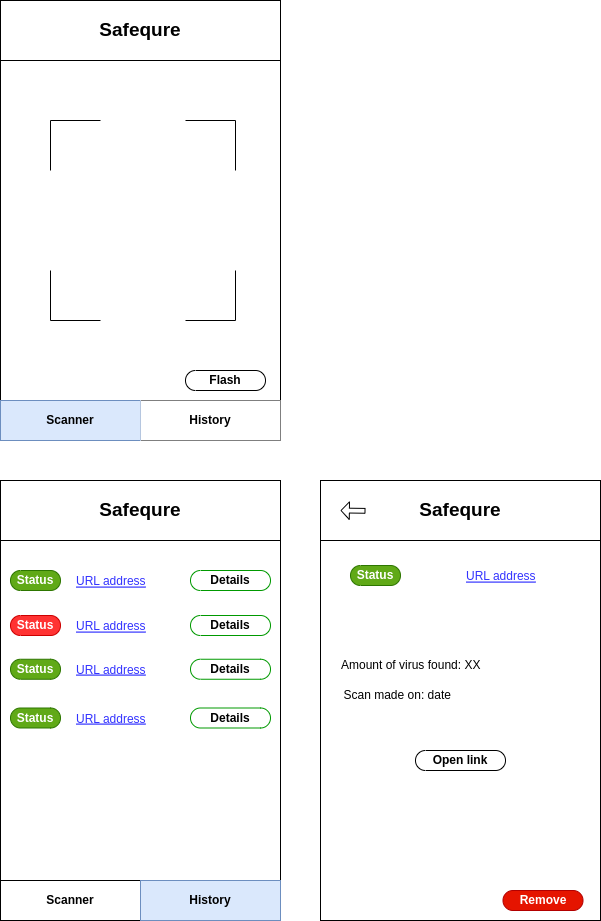
Above: resources/safequre.drawio.png in GuibertLo/SafeQure (draw.io), before the change. Source tidied: cells renumbered, new cells last; positions are measured from the earlier drawing's top-left corner, leaving out a move shared by most shapes.
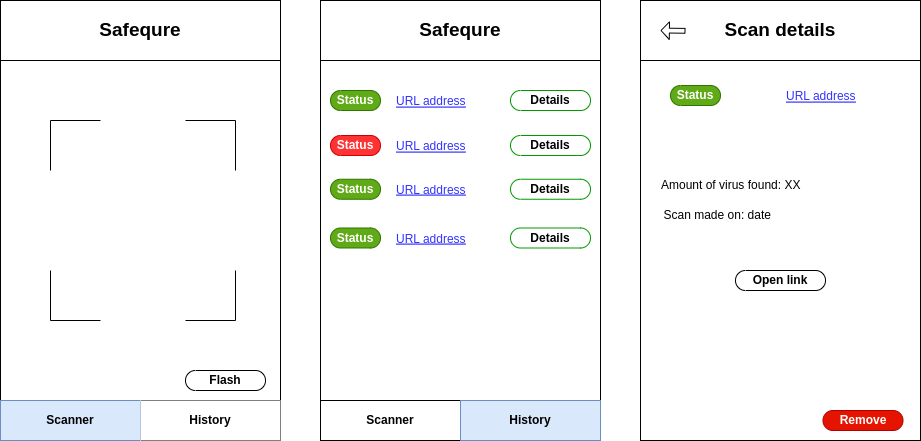
After the change.

Change to the diagram source:
```diff
@@ -3,37 +3,37 @@
     <mxCell id="0" />
     <mxCell id="1" parent="0" />
     <mxCell id="2" style="rounded=0;whiteSpace=wrap;html=1;" parent="1" vertex="1">
-      <mxGeometry width="280" height="440" as="geometry" />
+      <mxGeometry x="-320" y="480" width="280" height="440" as="geometry" />
     </mxCell>
     <mxCell id="3" style="rounded=0;whiteSpace=wrap;html=1;" parent="1" vertex="1">
-      <mxGeometry y="400" width="280" height="40" as="geometry" />
+      <mxGeometry x="-320" y="880" width="280" height="40" as="geometry" />
     </mxCell>
     <mxCell id="4" value="Scanner" style="rounded=0;whiteSpace=wrap;html=1;fillColor=#dae8fc;strokeColor=#6c8ebf;fontStyle=1;" parent="1" vertex="1">
-      <mxGeometry y="400" width="140" height="40" as="geometry" />
+      <mxGeometry x="-320" y="880" width="140" height="40" as="geometry" />
     </mxCell>
     <mxCell id="5" style="endArrow=none;html=1;rounded=0;" parent="1" edge="1">
       <mxGeometry relative="1" as="geometry">
-        <mxPoint x="50" y="170" as="sourcePoint" />
-        <mxPoint x="100" y="120" as="targetPoint" />
+        <mxPoint x="-270" y="650" as="sourcePoint" />
+        <mxPoint x="-220" y="600" as="targetPoint" />
         <Array as="points">
-          <mxPoint x="50" y="120" />
+          <mxPoint x="-270" y="600" />
         </Array>
       </mxGeometry>
     </mxCell>
     <mxCell id="6" style="endArrow=none;html=1;rounded=0;" parent="1" edge="1">
       <mxGeometry relative="1" as="geometry">
-        <mxPoint x="185" y="320" as="sourcePoint" />
-        <mxPoint x="235" y="270" as="targetPoint" />
+        <mxPoint x="-135" y="800" as="sourcePoint" />
+        <mxPoint x="-85" y="750" as="targetPoint" />
         <Array as="points">
-          <mxPoint x="235" y="320" />
+          <mxPoint x="-85" y="800" />
         </Array>
       </mxGeometry>
     </mxCell>
     <mxCell id="7" value="History" style="rounded=0;whiteSpace=wrap;html=1;fontStyle=1;strokeColor=none;" parent="1" vertex="1">
-      <mxGeometry x="140" y="400" width="140" height="40" as="geometry" />
+      <mxGeometry x="-180" y="880" width="140" height="40" as="geometry" />
     </mxCell>
     <mxCell id="8" value="Safequre" style="rounded=0;whiteSpace=wrap;html=1;strokeColor=default;fillColor=default;fontSize=19;fontStyle=1;" parent="1" vertex="1">
-      <mxGeometry width="280" height="60" as="geometry" />
+      <mxGeometry x="-320" y="480" width="280" height="60" as="geometry" />
     </mxCell>
     <mxCell id="9" style="rounded=0;whiteSpace=wrap;html=1;" parent="1" vertex="1">
       <mxGeometry y="480" width="280" height="440" as="geometry" />
@@ -62,7 +62,7 @@
     <mxCell id="17" style="rounded=0;whiteSpace=wrap;html=1;" parent="1" vertex="1">
       <mxGeometry x="320" y="480" width="280" height="440" as="geometry" />
     </mxCell>
-    <mxCell id="18" value="Safequre" style="rounded=0;whiteSpace=wrap;html=1;strokeColor=default;fillColor=default;fontSize=19;fontStyle=1;" parent="1" vertex="1">
+    <mxCell id="18" value="Scan details" style="rounded=0;whiteSpace=wrap;html=1;strokeColor=default;fillColor=default;fontSize=19;fontStyle=1;" parent="1" vertex="1">
       <mxGeometry x="320" y="480" width="280" height="60" as="geometry" />
     </mxCell>
     <mxCell id="19" value="URL address" style="text;strokeColor=none;fillColor=none;align=left;verticalAlign=middle;spacingLeft=4;spacingRight=4;overflow=hidden;fontSize=12;fontColor=#3333FF;fontStyle=4;" parent="1" vertex="1">
@@ -79,19 +79,19 @@
     </mxCell>
     <mxCell id="22" style="endArrow=none;html=1;rounded=0;" parent="1" edge="1">
       <mxGeometry relative="1" as="geometry">
-        <mxPoint x="235" y="170" as="sourcePoint" />
-        <mxPoint x="185" y="120" as="targetPoint" />
+        <mxPoint x="-85" y="650" as="sourcePoint" />
+        <mxPoint x="-135" y="600" as="targetPoint" />
         <Array as="points">
-          <mxPoint x="235" y="120" />
+          <mxPoint x="-85" y="600" />
         </Array>
       </mxGeometry>
     </mxCell>
     <mxCell id="23" style="endArrow=none;html=1;rounded=0;" parent="1" edge="1">
       <mxGeometry relative="1" as="geometry">
-        <mxPoint x="50" y="270" as="sourcePoint" />
-        <mxPoint x="100" y="320" as="targetPoint" />
+        <mxPoint x="-270" y="750" as="sourcePoint" />
+        <mxPoint x="-220" y="800" as="targetPoint" />
         <Array as="points">
-          <mxPoint x="50" y="320" />
+          <mxPoint x="-270" y="800" />
         </Array>
       </mxGeometry>
     </mxCell>
@@ -132,7 +132,7 @@
       <mxGeometry x="337.5" y="678.8" width="245" height="30" as="geometry" />
     </mxCell>
     <mxCell id="36" value="Flash" style="strokeWidth=1;shadow=0;dashed=0;align=center;html=1;shape=mxgraph.mockup.buttons.button;strokeColor=#000000;mainText=;buttonStyle=round;fontSize=12;fontStyle=1;fillColor=none;whiteSpace=wrap;fontColor=#000000;" parent="1" vertex="1">
-      <mxGeometry x="185" y="370" width="80" height="20" as="geometry" />
+      <mxGeometry x="-135" y="850" width="80" height="20" as="geometry" />
     </mxCell>
     <mxCell id="37" value="Open link" style="strokeWidth=1;shadow=0;dashed=0;align=center;html=1;shape=mxgraph.mockup.buttons.button;strokeColor=#000000;mainText=;buttonStyle=round;fontSize=12;fontStyle=1;fillColor=none;whiteSpace=wrap;fontColor=#000000;" parent="1" vertex="1">
       <mxGeometry x="415" y="750" width="90" height="20" as="geometry" />
```
